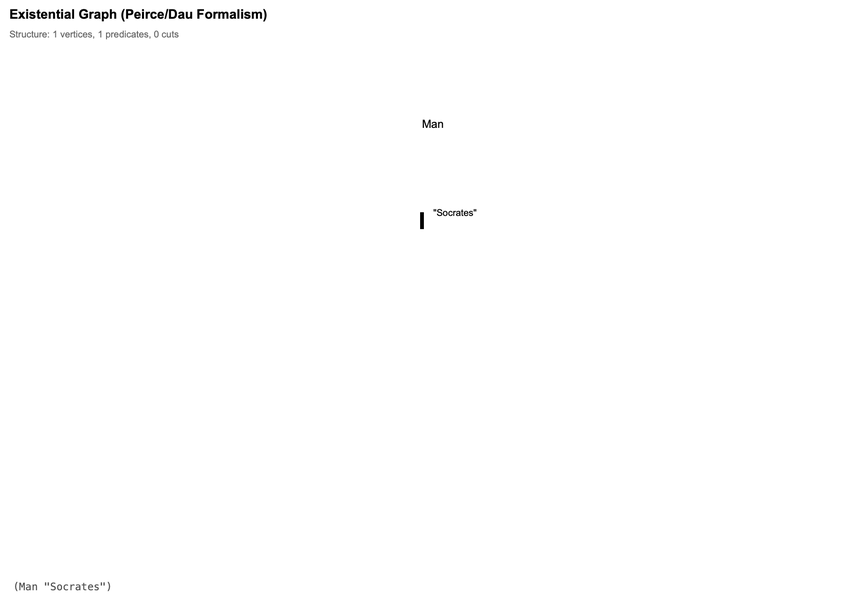
This is reports/sanity_egif_dot/unary_socrates.png from mijahauan/Arisbe, a Graphviz export, as it was before one commit. Its source is kept beside it as reports/sanity_egif_dot/unary_socrates.dot. The source it was exported from:
```dot
graph EG {
    graph [clusterrank=local, compound=true, newrank=true, rankdir=TB,
           overlap=false, splines=true, concentrate=false];

    node [shape=circle, width=0.4, height=0.4, fixedsize=true,
          fontsize=10, margin=0.2];
    edge [arrowhead=none, len=3.5, minlen=2.5, weight=1.0];

    nodesep=1.2;        // Compact node separation
    ranksep=1.0;        // Compact rank separation
    margin=1.5;         // Keep graph margin modest
    pad="1.5,1.5";      // Keep padding modest
    sep="+8";           // Compact minimum separation


  node [shape=circle, style=filled, fillcolor=lightblue, fontsize=10];
  edge [fontsize=9, labeldistance=1.5, labelangle=0];

  v_262d71bf -- e_f047c097 [style=bold, penwidth=2];

}
```
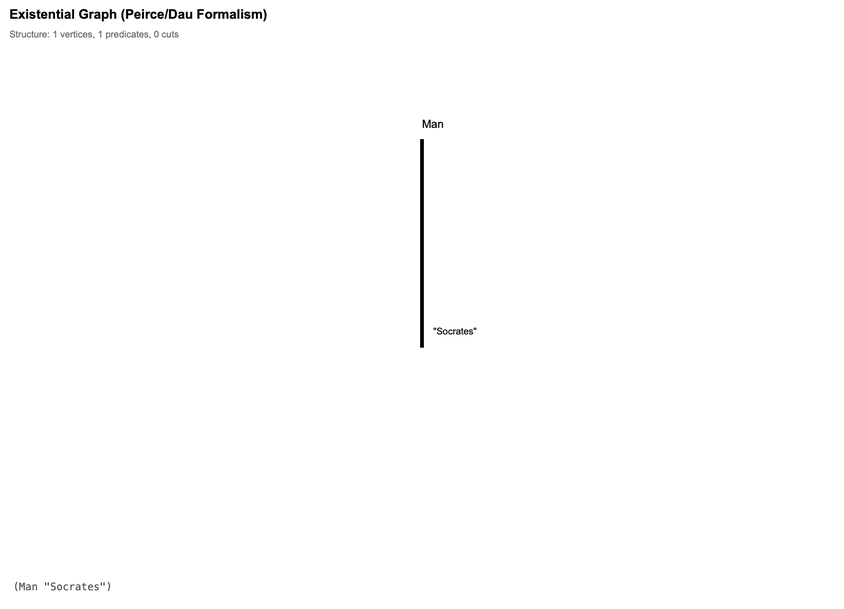
Above is the later version.

Diff of the diagram source:
```diff
@@ -16,6 +16,6 @@
   node [shape=circle, style=filled, fillcolor=lightblue, fontsize=10];
   edge [fontsize=9, labeldistance=1.5, labelangle=0];
 
-  v_262d71bf -- e_f047c097 [style=bold, penwidth=2];
+  v_1c62543b -- e_09b88d81 [style=bold, penwidth=2];
 
 }
```
